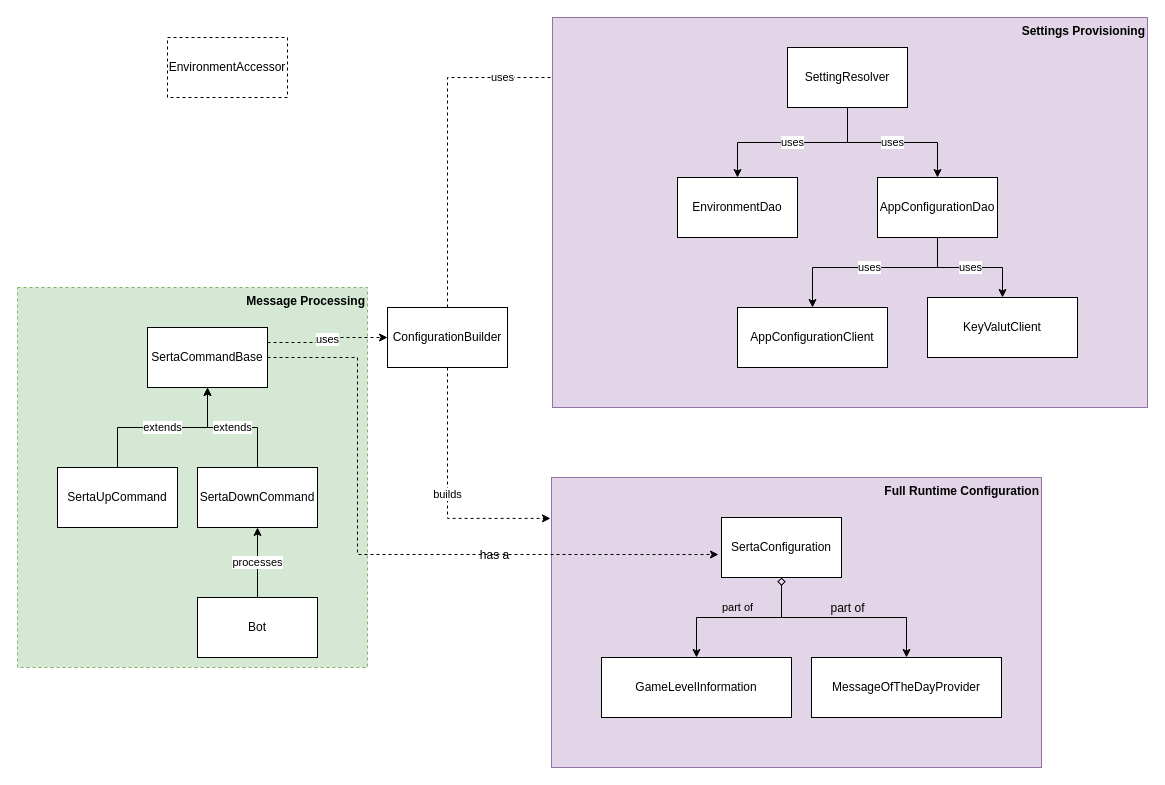
Above: doc/Serta.drawio in jfuerlinger/serta (draw.io), before the change. Source tidied: cells renumbered, new cells numbered last; positions are measured from the earlier drawing's top-left corner, leaving out a move shared by most shapes. Both pictures are drawn from the tidied source at 100%, with x=0, y=0 at pixel (17, 17).
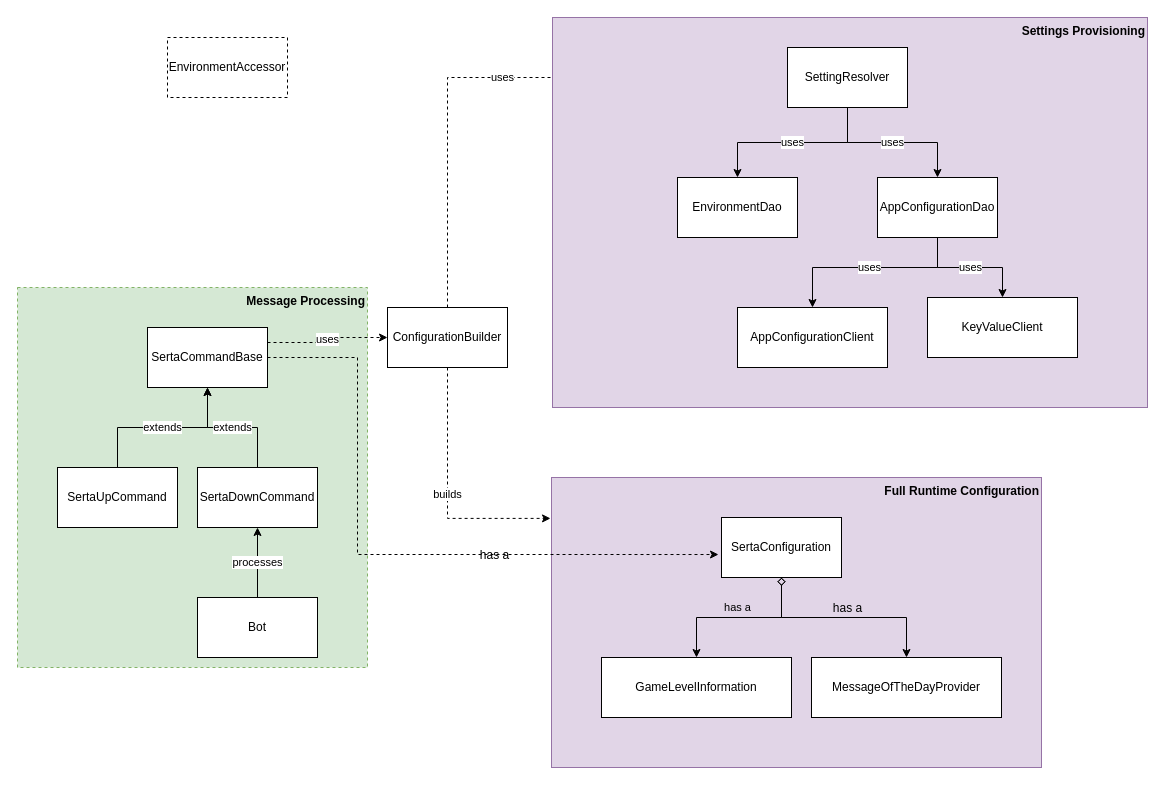
Above is the later version.

The change refers to these unchanged cells:
```xml
<mxCell id="15" style="group;verticalAlign=top;" parent="1" vertex="1">
  <mxGeometry x="535" width="595" height="390" as="geometry" />
</mxCell>
<mxCell id="27" value="SertaConfiguration" style="rounded=0;whiteSpace=wrap;html=1;" parent="1" vertex="1">
  <mxGeometry x="704" y="500" width="120" height="60" as="geometry" />
</mxCell>
<mxCell id="29" style="edgeStyle=orthogonalEdgeStyle;rounded=0;jettySize=auto;html=1;exitX=0.5;exitY=1;exitDx=0;exitDy=0;entryX=0.5;entryY=0;entryDx=0;entryDy=0;startArrow=diamond;startFill=0;" parent="1" edge="1" source="27" target="28">
  <mxGeometry relative="1" as="geometry" />
</mxCell>
<mxCell id="31" value="GameLevelInformation" style="rounded=0;whiteSpace=wrap;html=1;" parent="1" vertex="1">
  <mxGeometry x="584" y="640" width="190" height="60" as="geometry" />
</mxCell>
```

Diff of the diagram source:
```diff
@@
-    <mxCell id="24" value="KeyValutClient" style="rounded=0;whiteSpace=wrap;html=1;" parent="15" vertex="1">
+    <mxCell id="24" value="KeyValueClient" style="rounded=0;whiteSpace=wrap;html=1;" parent="15" vertex="1">
       <mxGeometry x="375" y="280" width="150" height="60" as="geometry" />
     </mxCell>
@@
-    <mxCell id="30" value="part of" style="text;html=1;align=center;verticalAlign=middle;" parent="29" vertex="1">
+    <mxCell id="30" value="has a" style="text;html=1;align=center;verticalAlign=middle;" parent="29" vertex="1">
       <mxGeometry x="0.33" y="2" relative="1" as="geometry">
         <mxPoint x="-30.8" y="-8" as="offset" />
       </mxGeometry>
     </mxCell>
@@
-    <mxCell id="32" value="part of" style="edgeStyle=orthogonalEdgeStyle;rounded=0;jettySize=auto;html=1;startArrow=diamond;startFill=0;fillColor=#e1d5e7;strokeColor=#000000;labelBackgroundColor=none;" parent="1" edge="1" source="27" target="31">
+    <mxCell id="32" value="has a" style="edgeStyle=orthogonalEdgeStyle;rounded=0;jettySize=auto;html=1;startArrow=diamond;startFill=0;fillColor=#e1d5e7;strokeColor=#000000;labelBackgroundColor=none;" parent="1" edge="1" source="27" target="31">
       <mxGeometry x="0.02" y="-10" relative="1" as="geometry" />
     </mxCell>
```
